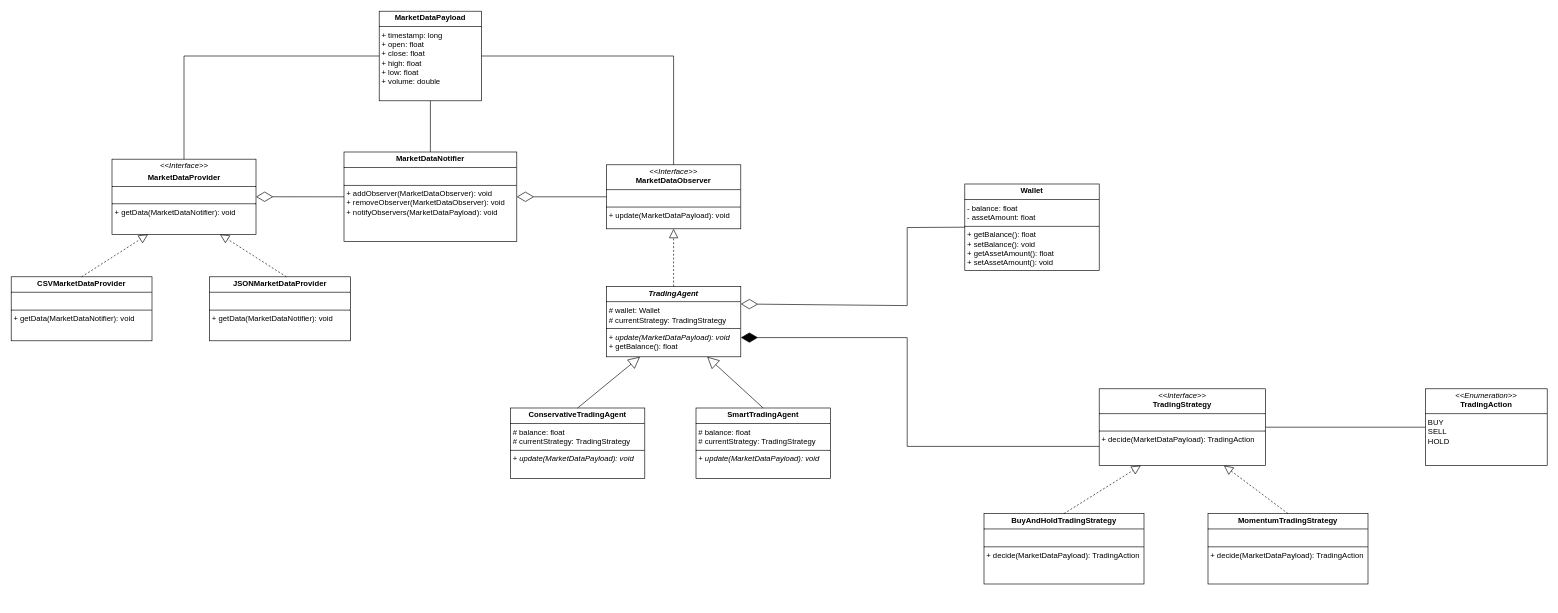
The draw.io diagram assets/uml.drawio in Filipeak/mini-hedge-fund, before the edit. Source tidied: cells renumbered, new cells numbered last; positions are measured from the earlier drawing's top-left corner, leaving out a move shared by most shapes. Both pictures are drawn from the tidied source at 64%, with x=0, y=0 at pixel (11, 11).
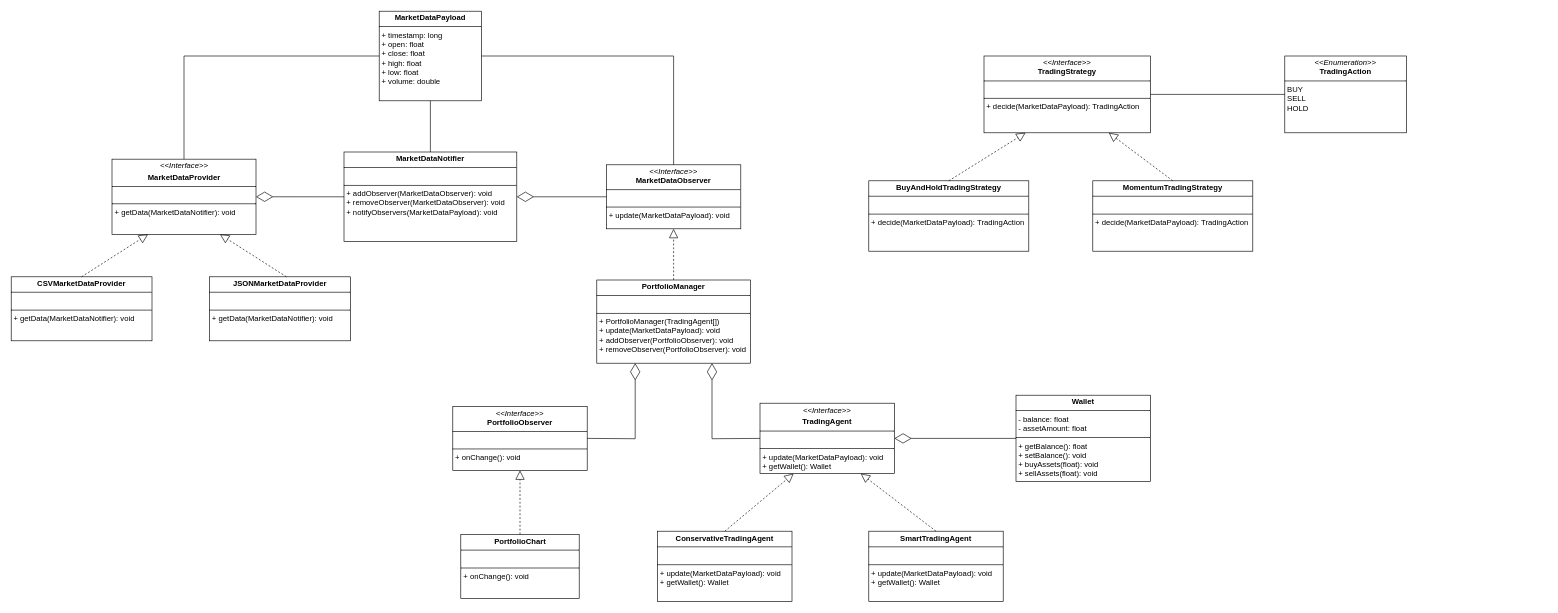
The same page after the edit.

Commit message (it also covers changes not shown here):
Add Portfolio Manager to architecture

Unchanged cells that the change refers to:
```xml
<mxCell id="4" value="&lt;p style=&quot;margin:0px;margin-top:4px;text-align:center;&quot;&gt;&lt;i&gt;&amp;lt;&amp;lt;Interface&amp;gt;&amp;gt;&lt;/i&gt;&lt;br&gt;&lt;b&gt;MarketDataObserver&lt;/b&gt;&lt;/p&gt;&lt;hr size=&quot;1&quot; style=&quot;border-style:solid;&quot;&gt;&lt;p style=&quot;margin:0px;margin-left:4px;&quot;&gt;&lt;br&gt;&lt;/p&gt;&lt;hr size=&quot;1&quot; style=&quot;border-style:solid;&quot;&gt;&lt;p style=&quot;margin:0px;margin-left:4px;&quot;&gt;+ update(MarketDataPayload): void&lt;br&gt;&lt;/p&gt;" style="verticalAlign=top;align=left;overflow=fill;html=1;whiteSpace=wrap;" parent="1" vertex="1">
  <mxGeometry x="930" y="240" width="210" height="100" as="geometry" />
</mxCell>
```

Change to the diagram source:
```diff
@@
-    <mxCell id="5" value="&lt;p style=&quot;margin:0px;margin-top:4px;text-align:center;&quot;&gt;&lt;b&gt;&lt;i&gt;TradingAgent&lt;/i&gt;&lt;/b&gt;&lt;/p&gt;&lt;hr size=&quot;1&quot; style=&quot;border-style:solid;&quot;&gt;&lt;p style=&quot;margin:0px;margin-left:4px;&quot;&gt;# wallet: Wallet&lt;/p&gt;&lt;p style=&quot;margin:0px;margin-left:4px;&quot;&gt;# currentStrategy: TradingStrategy&lt;/p&gt;&lt;hr size=&quot;1&quot; style=&quot;border-style:solid;&quot;&gt;&lt;p style=&quot;margin:0px;margin-left:4px;&quot;&gt;+ &lt;i&gt;update(MarketDataPayload): void&lt;/i&gt;&lt;br&gt;&lt;/p&gt;&lt;p style=&quot;margin:0px;margin-left:4px;&quot;&gt;+ getBalance(): float&lt;/p&gt;&lt;p style=&quot;margin:0px;margin-left:4px;&quot;&gt;&lt;br&gt;&lt;/p&gt;" style="verticalAlign=top;align=left;overflow=fill;html=1;whiteSpace=wrap;" parent="1" vertex="1">
-      <mxGeometry x="930" y="430" width="210" height="110" as="geometry" />
+    <mxCell id="5" value="&lt;p style=&quot;margin:0px;margin-top:4px;text-align:center;&quot;&gt;&lt;i style=&quot;&quot;&gt;&amp;lt;&amp;lt;Interface&amp;gt;&amp;gt;&lt;/i&gt;&lt;/p&gt;&lt;p style=&quot;margin:0px;margin-top:4px;text-align:center;&quot;&gt;&lt;b style=&quot;&quot;&gt;TradingAgent&lt;/b&gt;&lt;/p&gt;&lt;hr size=&quot;1&quot; style=&quot;border-style:solid;&quot;&gt;&lt;p style=&quot;margin:0px;margin-left:4px;&quot;&gt;&lt;br&gt;&lt;/p&gt;&lt;hr size=&quot;1&quot; style=&quot;border-style:solid;&quot;&gt;&lt;p style=&quot;margin:0px;margin-left:4px;&quot;&gt;+ update(MarketDataPayload): void&lt;/p&gt;&lt;p style=&quot;margin:0px;margin-left:4px;&quot;&gt;+ getWallet(): Wallet&lt;/p&gt;&lt;p style=&quot;margin:0px;margin-left:4px;&quot;&gt;&lt;br&gt;&lt;/p&gt;" style="verticalAlign=top;align=left;overflow=fill;html=1;whiteSpace=wrap;" parent="1" vertex="1">
+      <mxGeometry x="1170" y="612.5" width="210" height="110" as="geometry" />
     </mxCell>
-    <mxCell id="6" style="endArrow=block;dashed=1;endFill=0;endSize=12;html=1;rounded=0;entryX=0.5;entryY=1;entryDx=0;entryDy=0;exitX=0.5;exitY=0;exitDx=0;exitDy=0;" parent="1" edge="1" source="5" target="4">
-      <mxGeometry relative="1" as="geometry" />
-    </mxCell>
-    <mxCell id="7" value="&lt;p style=&quot;margin:0px;margin-top:4px;text-align:center;&quot;&gt;&lt;b&gt;ConservativeTradingAgent&lt;/b&gt;&lt;/p&gt;&lt;hr size=&quot;1&quot; style=&quot;border-style:solid;&quot;&gt;&lt;p style=&quot;margin:0px;margin-left:4px;&quot;&gt;# balance: float&lt;/p&gt;&lt;p style=&quot;margin:0px;margin-left:4px;&quot;&gt;# currentStrategy: TradingStrategy&lt;/p&gt;&lt;hr size=&quot;1&quot; style=&quot;border-style:solid;&quot;&gt;&lt;p style=&quot;margin:0px;margin-left:4px;&quot;&gt;+ &lt;i&gt;update(MarketDataPayload): void&lt;/i&gt;&lt;br&gt;&lt;/p&gt;&lt;p style=&quot;margin:0px;margin-left:4px;&quot;&gt;&lt;br&gt;&lt;/p&gt;" style="verticalAlign=top;align=left;overflow=fill;html=1;whiteSpace=wrap;" parent="1" vertex="1">
-      <mxGeometry x="780" y="620" width="210" height="110" as="geometry" />
+    <mxCell id="7" value="&lt;p style=&quot;margin:0px;margin-top:4px;text-align:center;&quot;&gt;&lt;b&gt;ConservativeTradingAgent&lt;/b&gt;&lt;/p&gt;&lt;hr size=&quot;1&quot; style=&quot;border-style:solid;&quot;&gt;&lt;p style=&quot;margin:0px;margin-left:4px;&quot;&gt;&lt;br&gt;&lt;/p&gt;&lt;hr size=&quot;1&quot; style=&quot;border-style:solid;&quot;&gt;&lt;p style=&quot;margin: 0px 0px 0px 4px;&quot;&gt;+ update(MarketDataPayload): void&lt;/p&gt;&lt;p style=&quot;margin: 0px 0px 0px 4px;&quot;&gt;+&amp;nbsp;getWallet(): Wallet&lt;/p&gt;&lt;p style=&quot;margin:0px;margin-left:4px;&quot;&gt;&lt;br&gt;&lt;/p&gt;" style="verticalAlign=top;align=left;overflow=fill;html=1;whiteSpace=wrap;" parent="1" vertex="1">
+      <mxGeometry x="1010" y="812.5" width="210" height="110" as="geometry" />
     </mxCell>
-    <mxCell id="8" value="&lt;p style=&quot;margin:0px;margin-top:4px;text-align:center;&quot;&gt;&lt;b&gt;SmartTradingAgent&lt;/b&gt;&lt;/p&gt;&lt;hr size=&quot;1&quot; style=&quot;border-style:solid;&quot;&gt;&lt;p style=&quot;margin:0px;margin-left:4px;&quot;&gt;# balance: float&lt;/p&gt;&lt;p style=&quot;margin:0px;margin-left:4px;&quot;&gt;# currentStrategy: TradingStrategy&lt;/p&gt;&lt;hr size=&quot;1&quot; style=&quot;border-style:solid;&quot;&gt;&lt;p style=&quot;margin:0px;margin-left:4px;&quot;&gt;+ &lt;i&gt;update(MarketDataPayload): void&lt;/i&gt;&lt;br&gt;&lt;/p&gt;&lt;p style=&quot;margin:0px;margin-left:4px;&quot;&gt;&lt;br&gt;&lt;/p&gt;" style="verticalAlign=top;align=left;overflow=fill;html=1;whiteSpace=wrap;" parent="1" vertex="1">
-      <mxGeometry x="1070" y="620" width="210" height="110" as="geometry" />
+    <mxCell id="8" value="&lt;p style=&quot;margin:0px;margin-top:4px;text-align:center;&quot;&gt;&lt;b&gt;SmartTradingAgent&lt;/b&gt;&lt;/p&gt;&lt;hr size=&quot;1&quot; style=&quot;border-style:solid;&quot;&gt;&lt;p style=&quot;margin:0px;margin-left:4px;&quot;&gt;&lt;br&gt;&lt;/p&gt;&lt;hr size=&quot;1&quot; style=&quot;border-style:solid;&quot;&gt;&lt;p style=&quot;margin: 0px 0px 0px 4px;&quot;&gt;+ update(MarketDataPayload): void&lt;/p&gt;&lt;p style=&quot;margin: 0px 0px 0px 4px;&quot;&gt;+&amp;nbsp;getWallet(): Wallet&lt;/p&gt;" style="verticalAlign=top;align=left;overflow=fill;html=1;whiteSpace=wrap;" parent="1" vertex="1">
+      <mxGeometry x="1340" y="812.5" width="210" height="110" as="geometry" />
     </mxCell>
-    <mxCell id="9" style="endArrow=block;endSize=16;endFill=0;html=1;rounded=0;entryX=0.25;entryY=1;entryDx=0;entryDy=0;exitX=0.5;exitY=0;exitDx=0;exitDy=0;" parent="1" edge="1" source="7" target="5">
-      <mxGeometry relative="1" as="geometry" />
-    </mxCell>
-    <mxCell id="10" style="endArrow=block;endSize=16;endFill=0;html=1;rounded=0;entryX=0.75;entryY=1;entryDx=0;entryDy=0;exitX=0.5;exitY=0;exitDx=0;exitDy=0;" parent="1" edge="1" source="8" target="5">
-      <mxGeometry relative="1" as="geometry" />
-    </mxCell>
     <mxCell id="11" value="&lt;p style=&quot;margin:0px;margin-top:4px;text-align:center;&quot;&gt;&lt;i&gt;&amp;lt;&amp;lt;Interface&amp;gt;&amp;gt;&lt;/i&gt;&lt;br&gt;&lt;b&gt;TradingStrategy&lt;/b&gt;&lt;/p&gt;&lt;hr size=&quot;1&quot; style=&quot;border-style:solid;&quot;&gt;&lt;p style=&quot;margin:0px;margin-left:4px;&quot;&gt;&lt;br&gt;&lt;/p&gt;&lt;hr size=&quot;1&quot; style=&quot;border-style:solid;&quot;&gt;&lt;p style=&quot;margin:0px;margin-left:4px;&quot;&gt;+ decide(MarketDataPayload): TradingAction&lt;br&gt;&lt;/p&gt;" style="verticalAlign=top;align=left;overflow=fill;html=1;whiteSpace=wrap;" parent="1" vertex="1">
-      <mxGeometry x="1700" y="590" width="260" height="120" as="geometry" />
+      <mxGeometry x="1520" y="70" width="260" height="120" as="geometry" />
     </mxCell>
     <mxCell id="12" value="&lt;p style=&quot;margin:0px;margin-top:4px;text-align:center;&quot;&gt;&lt;i&gt;&amp;lt;&amp;lt;Enumeration&amp;gt;&amp;gt;&lt;/i&gt;&lt;br&gt;&lt;b&gt;TradingAction&lt;/b&gt;&lt;/p&gt;&lt;hr size=&quot;1&quot; style=&quot;border-style:solid;&quot;&gt;&lt;p style=&quot;margin:0px;margin-left:4px;&quot;&gt;BUY&lt;/p&gt;&lt;p style=&quot;margin:0px;margin-left:4px;&quot;&gt;SELL&lt;/p&gt;&lt;p style=&quot;margin:0px;margin-left:4px;&quot;&gt;HOLD&lt;/p&gt;" style="verticalAlign=top;align=left;overflow=fill;html=1;whiteSpace=wrap;" parent="1" vertex="1">
-      <mxGeometry x="2210" y="590" width="190" height="120" as="geometry" />
+      <mxGeometry x="1990" y="70" width="190" height="120" as="geometry" />
     </mxCell>
@@
     <mxCell id="14" value="&lt;p style=&quot;margin:0px;margin-top:4px;text-align:center;&quot;&gt;&lt;b&gt;BuyAndHoldTradingStrategy&lt;/b&gt;&lt;/p&gt;&lt;hr size=&quot;1&quot; style=&quot;border-style:solid;&quot;&gt;&lt;p style=&quot;margin:0px;margin-left:4px;&quot;&gt;&lt;br&gt;&lt;/p&gt;&lt;hr size=&quot;1&quot; style=&quot;border-style:solid;&quot;&gt;&lt;p style=&quot;margin:0px;margin-left:4px;&quot;&gt;+ decide(MarketDataPayload):&amp;nbsp;&lt;span style=&quot;background-color: transparent; color: light-dark(rgb(0, 0, 0), rgb(255, 255, 255));&quot;&gt;TradingAction&lt;/span&gt;&lt;br&gt;&lt;/p&gt;&lt;p style=&quot;margin:0px;margin-left:4px;&quot;&gt;&lt;br&gt;&lt;/p&gt;" style="verticalAlign=top;align=left;overflow=fill;html=1;whiteSpace=wrap;" parent="1" vertex="1">
-      <mxGeometry x="1520" y="785" width="250" height="110" as="geometry" />
+      <mxGeometry x="1340" y="265" width="250" height="110" as="geometry" />
     </mxCell>
     <mxCell id="15" value="&lt;p style=&quot;margin:0px;margin-top:4px;text-align:center;&quot;&gt;&lt;b&gt;MomentumTradingStrategy&lt;/b&gt;&lt;/p&gt;&lt;hr size=&quot;1&quot; style=&quot;border-style:solid;&quot;&gt;&lt;p style=&quot;margin:0px;margin-left:4px;&quot;&gt;&lt;br&gt;&lt;/p&gt;&lt;hr size=&quot;1&quot; style=&quot;border-style:solid;&quot;&gt;&lt;p style=&quot;margin:0px;margin-left:4px;&quot;&gt;+ decide(MarketDataPayload):&amp;nbsp;&lt;span style=&quot;background-color: transparent; color: light-dark(rgb(0, 0, 0), rgb(255, 255, 255));&quot;&gt;TradingAction&lt;/span&gt;&lt;br&gt;&lt;/p&gt;&lt;p style=&quot;margin:0px;margin-left:4px;&quot;&gt;&lt;br&gt;&lt;/p&gt;" style="verticalAlign=top;align=left;overflow=fill;html=1;whiteSpace=wrap;" parent="1" vertex="1">
-      <mxGeometry x="1870" y="785" width="250" height="110" as="geometry" />
+      <mxGeometry x="1690" y="265" width="250" height="110" as="geometry" />
     </mxCell>
@@
-    <mxCell id="28" style="endArrow=diamondThin;endFill=1;endSize=24;html=1;rounded=0;entryX=1;entryY=0.5;entryDx=0;entryDy=0;exitX=0;exitY=0.75;exitDx=0;exitDy=0;" parent="1" edge="1" source="11">
-      <mxGeometry relative="1" as="geometry">
-        <mxPoint x="1140" y="510" as="targetPoint" />
-        <Array as="points">
-          <mxPoint x="1400" y="680" />
-          <mxPoint x="1400" y="510" />
-        </Array>
-      </mxGeometry>
-    </mxCell>
-    <mxCell id="29" value="&lt;p style=&quot;margin:0px;margin-top:4px;text-align:center;&quot;&gt;&lt;b&gt;Wallet&lt;/b&gt;&lt;/p&gt;&lt;hr size=&quot;1&quot; style=&quot;border-style:solid;&quot;&gt;&lt;p style=&quot;margin:0px;margin-left:4px;&quot;&gt;- balance: float&lt;/p&gt;&lt;p style=&quot;margin:0px;margin-left:4px;&quot;&gt;- assetAmount: float&lt;/p&gt;&lt;hr size=&quot;1&quot; style=&quot;border-style:solid;&quot;&gt;&lt;p style=&quot;margin:0px;margin-left:4px;&quot;&gt;&lt;span style=&quot;background-color: transparent; color: light-dark(rgb(0, 0, 0), rgb(255, 255, 255));&quot;&gt;+ getBalance(): float&lt;/span&gt;&lt;/p&gt;&lt;p style=&quot;margin:0px;margin-left:4px;&quot;&gt;&lt;span style=&quot;background-color: transparent; color: light-dark(rgb(0, 0, 0), rgb(255, 255, 255));&quot;&gt;+ setBalance(): void&lt;/span&gt;&lt;/p&gt;&lt;p style=&quot;margin:0px;margin-left:4px;&quot;&gt;&lt;span style=&quot;background-color: transparent; color: light-dark(rgb(0, 0, 0), rgb(255, 255, 255));&quot;&gt;+ getAssetAmount(): float&lt;/span&gt;&lt;/p&gt;&lt;p style=&quot;margin:0px;margin-left:4px;&quot;&gt;&lt;span style=&quot;background-color: transparent; color: light-dark(rgb(0, 0, 0), rgb(255, 255, 255));&quot;&gt;+ setAssetAmount(): void&lt;/span&gt;&lt;/p&gt;&lt;p style=&quot;margin:0px;margin-left:4px;&quot;&gt;&lt;br&gt;&lt;/p&gt;" style="verticalAlign=top;align=left;overflow=fill;html=1;whiteSpace=wrap;" parent="1" vertex="1">
-      <mxGeometry x="1490" y="270" width="210" height="135" as="geometry" />
+    <mxCell id="29" value="&lt;p style=&quot;margin:0px;margin-top:4px;text-align:center;&quot;&gt;&lt;b&gt;Wallet&lt;/b&gt;&lt;/p&gt;&lt;hr size=&quot;1&quot; style=&quot;border-style:solid;&quot;&gt;&lt;p style=&quot;margin:0px;margin-left:4px;&quot;&gt;- balance: float&lt;/p&gt;&lt;p style=&quot;margin:0px;margin-left:4px;&quot;&gt;- assetAmount: float&lt;/p&gt;&lt;hr size=&quot;1&quot; style=&quot;border-style:solid;&quot;&gt;&lt;p style=&quot;margin:0px;margin-left:4px;&quot;&gt;&lt;span style=&quot;background-color: transparent; color: light-dark(rgb(0, 0, 0), rgb(255, 255, 255));&quot;&gt;+ getBalance(): float&lt;/span&gt;&lt;/p&gt;&lt;p style=&quot;margin:0px;margin-left:4px;&quot;&gt;&lt;span style=&quot;background-color: transparent; color: light-dark(rgb(0, 0, 0), rgb(255, 255, 255));&quot;&gt;+ setBalance(): void&lt;/span&gt;&lt;/p&gt;&lt;p style=&quot;margin:0px;margin-left:4px;&quot;&gt;&lt;span style=&quot;background-color: transparent; color: light-dark(rgb(0, 0, 0), rgb(255, 255, 255));&quot;&gt;+ buyAssets(float): void&lt;/span&gt;&lt;/p&gt;&lt;p style=&quot;margin:0px;margin-left:4px;&quot;&gt;&lt;span style=&quot;background-color: transparent; color: light-dark(rgb(0, 0, 0), rgb(255, 255, 255));&quot;&gt;+ sellAssets(float): void&lt;/span&gt;&lt;/p&gt;" style="verticalAlign=top;align=left;overflow=fill;html=1;whiteSpace=wrap;" parent="1" vertex="1">
+      <mxGeometry x="1570" y="600" width="210" height="135" as="geometry" />
     </mxCell>
+    <mxCell id="9" style="endArrow=block;dashed=1;endFill=0;endSize=12;html=1;rounded=0;exitX=0.5;exitY=0;exitDx=0;exitDy=0;entryX=0.25;entryY=1;entryDx=0;entryDy=0;" parent="1" edge="1" source="7" target="5">
+      <mxGeometry relative="1" as="geometry" />
+    </mxCell>
+    <mxCell id="10" style="endArrow=block;dashed=1;endFill=0;endSize=12;html=1;rounded=0;exitX=0.5;exitY=0;exitDx=0;exitDy=0;entryX=0.75;entryY=1;entryDx=0;entryDy=0;" parent="1" edge="1" source="8" target="5">
+      <mxGeometry relative="1" as="geometry" />
+    </mxCell>
+    <mxCell id="31" value="&lt;p style=&quot;margin:0px;margin-top:4px;text-align:center;&quot;&gt;&lt;b style=&quot;&quot;&gt;PortfolioManager&lt;/b&gt;&lt;/p&gt;&lt;hr size=&quot;1&quot; style=&quot;border-style:solid;&quot;&gt;&lt;p style=&quot;margin:0px;margin-left:4px;&quot;&gt;&lt;br&gt;&lt;/p&gt;&lt;hr size=&quot;1&quot; style=&quot;border-style:solid;&quot;&gt;&lt;p style=&quot;margin:0px;margin-left:4px;&quot;&gt;+ PortfolioManager(TradingAgent[])&lt;/p&gt;&lt;p style=&quot;margin:0px;margin-left:4px;&quot;&gt;+ update(MarketDataPayload): void&lt;br&gt;&lt;/p&gt;&lt;p style=&quot;margin:0px;margin-left:4px;&quot;&gt;+ addObserver(PortfolioObserver): void&lt;/p&gt;&lt;p style=&quot;margin:0px;margin-left:4px;&quot;&gt;+ removeObserver(PortfolioObserver): void&lt;/p&gt;" style="verticalAlign=top;align=left;overflow=fill;html=1;whiteSpace=wrap;" parent="1" vertex="1">
+      <mxGeometry x="915" y="420" width="240" height="130" as="geometry" />
+    </mxCell>
+    <mxCell id="32" style="endArrow=block;dashed=1;endFill=0;endSize=12;html=1;rounded=0;exitX=0.5;exitY=0;exitDx=0;exitDy=0;entryX=0.5;entryY=1;entryDx=0;entryDy=0;" parent="1" edge="1" source="31" target="4">
+      <mxGeometry relative="1" as="geometry" />
+    </mxCell>
-    <mxCell id="30" style="endArrow=diamondThin;endFill=0;endSize=24;html=1;rounded=0;entryX=1;entryY=0.25;entryDx=0;entryDy=0;exitX=0;exitY=0.5;exitDx=0;exitDy=0;" parent="1" edge="1" source="29" target="5">
-      <mxGeometry relative="1" as="geometry">
-        <Array as="points">
-          <mxPoint x="1400" y="338" />
-          <mxPoint x="1400" y="460" />
-        </Array>
-      </mxGeometry>
+    <mxCell id="30" style="endArrow=diamondThin;endFill=0;endSize=24;html=1;rounded=0;entryX=1;entryY=0.5;entryDx=0;entryDy=0;exitX=0;exitY=0.5;exitDx=0;exitDy=0;" parent="1" edge="1" source="29" target="5">
+      <mxGeometry relative="1" as="geometry" />
     </mxCell>
+    <mxCell id="33" value="&lt;p style=&quot;margin:0px;margin-top:4px;text-align:center;&quot;&gt;&lt;i&gt;&amp;lt;&amp;lt;Interface&amp;gt;&amp;gt;&lt;/i&gt;&lt;br&gt;&lt;b&gt;PortfolioObserver&lt;/b&gt;&lt;/p&gt;&lt;hr size=&quot;1&quot; style=&quot;border-style:solid;&quot;&gt;&lt;p style=&quot;margin:0px;margin-left:4px;&quot;&gt;&lt;br&gt;&lt;/p&gt;&lt;hr size=&quot;1&quot; style=&quot;border-style:solid;&quot;&gt;&lt;p style=&quot;margin:0px;margin-left:4px;&quot;&gt;+ onChange(): void&lt;br&gt;&lt;/p&gt;" style="verticalAlign=top;align=left;overflow=fill;html=1;whiteSpace=wrap;" parent="1" vertex="1">
+      <mxGeometry x="690" y="617.5" width="210" height="100" as="geometry" />
+    </mxCell>
+    <mxCell id="34" style="endArrow=diamondThin;endFill=0;endSize=24;html=1;rounded=0;entryX=0.25;entryY=1;entryDx=0;entryDy=0;exitX=1;exitY=0.5;exitDx=0;exitDy=0;" parent="1" edge="1" source="33" target="31">
+      <mxGeometry relative="1" as="geometry">
+        <Array as="points">
+          <mxPoint x="975" y="668" />
+        </Array>
+      </mxGeometry>
+    </mxCell>
+    <mxCell id="35" style="endArrow=diamondThin;endFill=0;endSize=24;html=1;rounded=0;entryX=0.75;entryY=1;entryDx=0;entryDy=0;exitX=0;exitY=0.5;exitDx=0;exitDy=0;" parent="1" edge="1" source="5" target="31">
+      <mxGeometry relative="1" as="geometry">
+        <Array as="points">
+          <mxPoint x="1095" y="668" />
+        </Array>
+      </mxGeometry>
+    </mxCell>
+    <mxCell id="36" value="&lt;p style=&quot;margin:0px;margin-top:4px;text-align:center;&quot;&gt;&lt;b&gt;PortfolioChart&lt;/b&gt;&lt;/p&gt;&lt;hr size=&quot;1&quot; style=&quot;border-style:solid;&quot;&gt;&lt;p style=&quot;margin:0px;margin-left:4px;&quot;&gt;&lt;br&gt;&lt;/p&gt;&lt;hr size=&quot;1&quot; style=&quot;border-style:solid;&quot;&gt;&lt;p style=&quot;margin:0px;margin-left:4px;&quot;&gt;+ onChange(): void&lt;/p&gt;" style="verticalAlign=top;align=left;overflow=fill;html=1;whiteSpace=wrap;" parent="1" vertex="1">
+      <mxGeometry x="702.5" y="817.5" width="185" height="100" as="geometry" />
+    </mxCell>
+    <mxCell id="37" style="endArrow=block;dashed=1;endFill=0;endSize=12;html=1;rounded=0;exitX=0.5;exitY=0;exitDx=0;exitDy=0;entryX=0.5;entryY=1;entryDx=0;entryDy=0;" parent="1" edge="1" source="36" target="33">
+      <mxGeometry relative="1" as="geometry" />
+    </mxCell>
```
